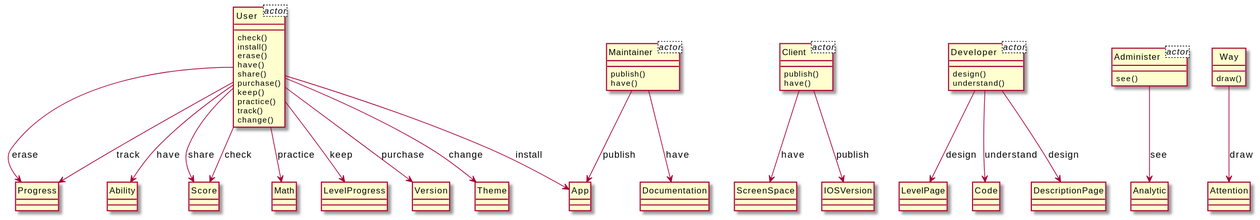
The PlantUML diagram output/diagram_5/2018-USC-Project07.svg in xixixhalu/DomainModelExtractor, before a commit.
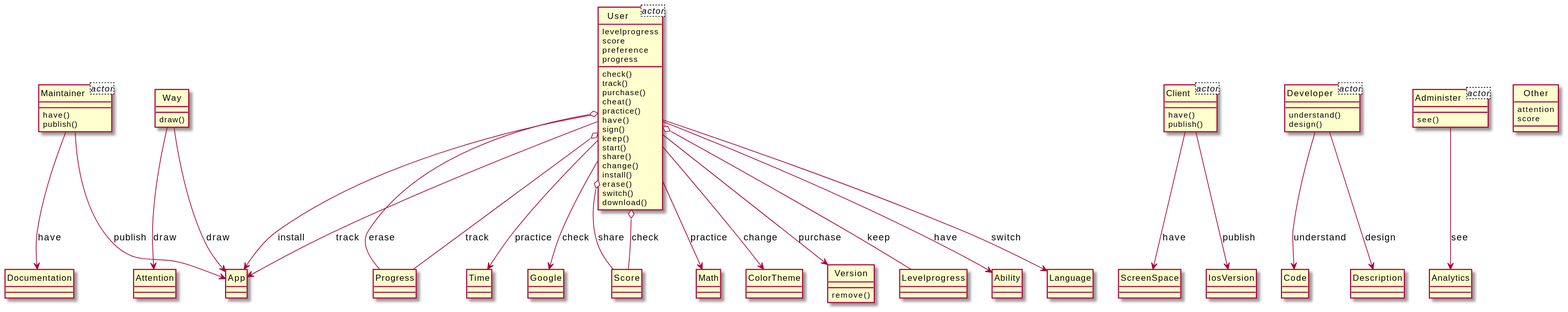
After the change.

Change to the diagram source:
```diff
@@ -1,6 +1,10 @@
 @startuml
 hide circle
 class User<actor> {
+	levelprogress
+	score
+	preference
+	progress
 }
 class Client<actor> {
 }
@@ -10,85 +14,103 @@
 }
 class Administer<actor> {
 }
+class Other {
+	attention
+	score
+}
+class Maintainer {
+	have()
+	publish()
+}
+class Documentation {
+}
 class User {
 	check()
+	track()
+	purchase()
+	cheat()
+	practice()
+	have()
+	sign()
+	keep()
+	start()
+	share()
+	change()
 	install()
 	erase()
-	have()
-	share()
-	purchase()
-	keep()
-	practice()
-	track()
-	change()
+	switch()
+	download()
 }
-class LevelProgress {
-}
-class Score {
-}
-class Developer {
-	design()
-	understand()
-}
-class LevelPage {
-}
-class Progress {
-}
-class Ability {
-}
-class Code {
+class App {
 }
 class Client {
+	have()
 	publish()
-	have()
 }
 class ScreenSpace {
 }
-class Maintainer {
-	publish()
-	have()
+class Developer {
+	understand()
+	design()
 }
-class Documentation {
-}
-class Math {
-}
-class App {
-}
-class Version {
-}
-class Theme {
-}
-class IOSVersion {
+class Way {
+	draw()
 }
 class Administer {
 	see()
 }
-class Analytic {
-}
-class DescriptionPage {
-}
-class Way {
-	draw()
-}
 class Attention {
 }
+class Score {
+}
+class Progress {
+}
+class Time {
+}
+class Google {
+}
+class Math {
+}
+class ColorTheme {
+}
+class Code {
+}
+class Version {
+	remove()
+}
+class IosVersion {
+}
+class Levelprogress {
+}
+class Ability {
+}
+class Analytics {
+}
+class Description {
+}
+class Language {
+}
+User --> App : track
+User --> App : install
+Client --> ScreenSpace : have
+User o-- Score : check
+User o-- Progress : erase
 User --> Version : purchase
-User --> Theme : change
-Administer --> Analytic : see
-Developer --> LevelPage : design
+Way --> Attention : draw
+Client --> IosVersion : publish
+Maintainer --> Documentation : have
+User o-- Score : share
+User o-- Levelprogress : keep
 Maintainer --> App : publish
-Developer --> DescriptionPage : design
-User --> Progress : erase
+User o-- Progress : track
 User --> Ability : have
-Way --> Attention : draw
-User --> Progress : track
+User --> Time : practice
+Administer --> Analytics : see
+User --> Google : check
+Developer --> Description : design
+User --> Math : practice
+User --> Language : switch
+User --> ColorTheme : change
 Developer --> Code : understand
-User --> App : install
-User --> Score : check
-Client --> ScreenSpace : have
-Maintainer --> Documentation : have
-User --> Math : practice
-User --> LevelProgress : keep
-Client --> IOSVersion : publish
-User --> Score : share
+Way --> App : draw
 @enduml
```
